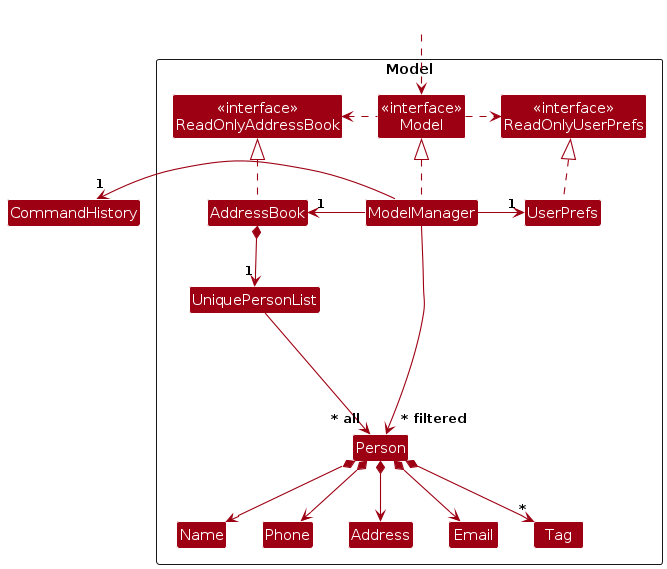
Earlier version of the PlantUML export diagrams/ModelClassDiagram.png (AY2526S1-CS2103T-T13-2/tp). Its source is kept beside it as diagrams/ModelClassDiagram.puml. Source of this version:
```plantuml
@startuml
!include style.puml
skinparam arrowThickness 1.1
skinparam arrowColor MODEL_COLOR
skinparam classBackgroundColor MODEL_COLOR

Package Model as ModelPackage <<Rectangle>>{
Class "<<interface>>\nReadOnlyAddressBook" as ReadOnlyAddressBook
Class "<<interface>>\nReadOnlyUserPrefs" as ReadOnlyUserPrefs
Class "<<interface>>\nModel" as Model
Class AddressBook
Class ModelManager
Class UserPrefs

Class UniquePersonList
Class Person
Class Address
Class Email
Class Name
Class Phone
Class Tag

Class I #FFFFFF
}

Class HiddenOutside #FFFFFF
HiddenOutside ..> Model

AddressBook .up.|> ReadOnlyAddressBook

ModelManager .up.|> Model
Class CommandHistory

ModelManager -left-> "1" CommandHistory
Model .right.> ReadOnlyUserPrefs
Model .left.> ReadOnlyAddressBook
ModelManager -left-> "1" AddressBook
ModelManager -right-> "1" UserPrefs
UserPrefs .up.|> ReadOnlyUserPrefs

AddressBook *--> "1" UniquePersonList
UniquePersonList --> "~* all" Person
Person *--> Name
Person *--> Phone
Person *--> Email
Person *--> Address
Person *--> "*" Tag

Person -[hidden]up--> I
UniquePersonList -[hidden]right-> I

Name -[hidden]right-> Phone
Phone -[hidden]right-> Address
Address -[hidden]right-> Email

ModelManager --> "~* filtered" Person
@enduml
```
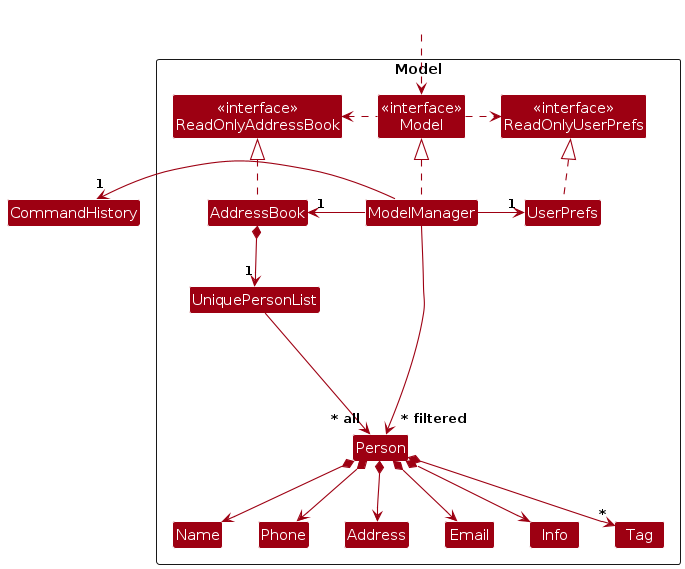
Above is the later version.

The edit, as a diff of the source:
```diff
@@ -19,6 +19,7 @@
 Class Name
 Class Phone
 Class Tag
+Class Info
 
 Class I #FFFFFF
 }
@@ -45,6 +46,7 @@
 Person *--> Email
 Person *--> Address
 Person *--> "*" Tag
+Person *--> Info
 
 Person -[hidden]up--> I
 UniquePersonList -[hidden]right-> I
@@ -52,6 +54,7 @@
 Name -[hidden]right-> Phone
 Phone -[hidden]right-> Address
 Address -[hidden]right-> Email
+Email -[hidden]right-> Info
 
 ModelManager --> "~* filtered" Person
 @enduml
```
